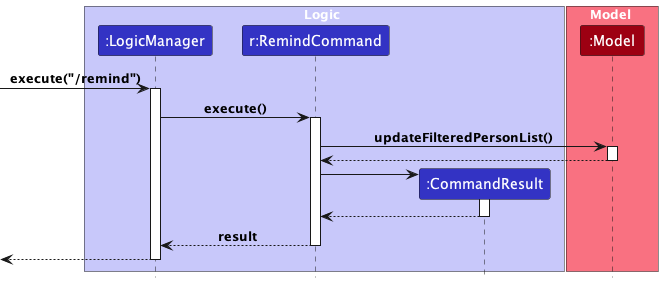
Above: docs/images/RemindCommandSequenceDiagram.png in yleeyilin/tp (PlantUML), before the change.
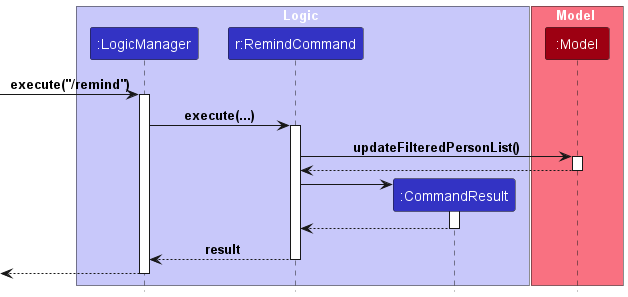
Above is the later version.

What changed in the source:
```diff
@@ -15,7 +15,7 @@
 
 
 
-LogicManager -> RemindCommand : execute()
+LogicManager -> RemindCommand : execute(...)
 activate RemindCommand
 
 
```
